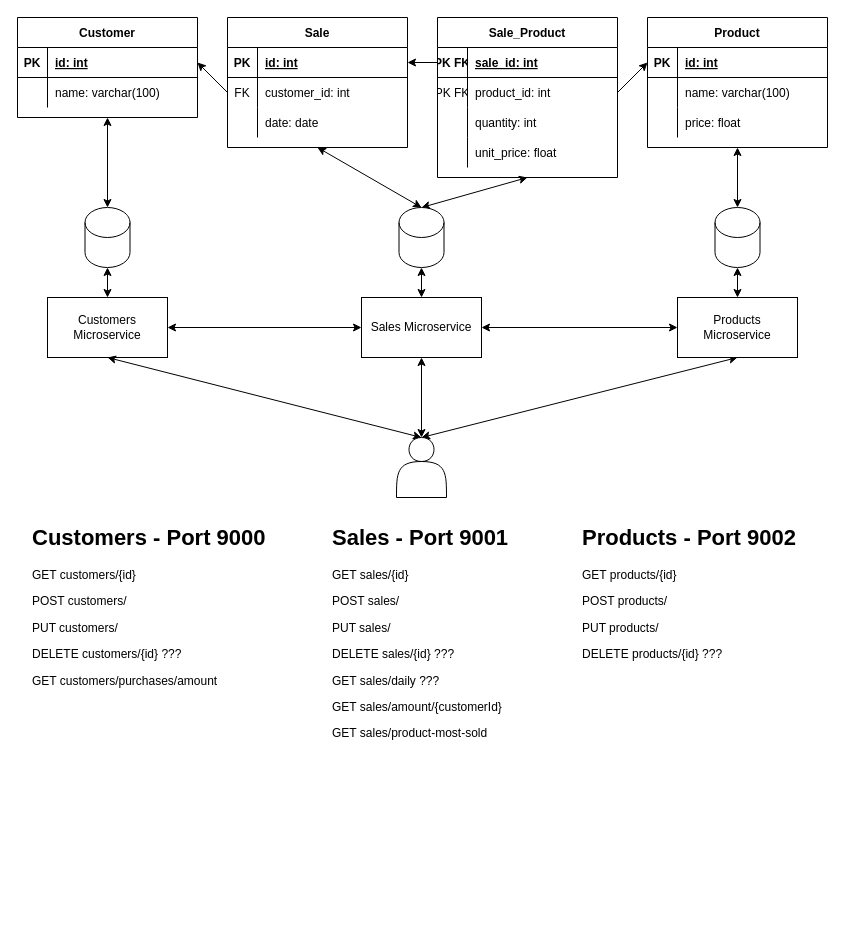
This is TP5/TP5.drawio from ezequielcinalli/tpe-arquitecturas-web, a draw.io file, before an edit. Source tidied: cells renumbered, new cells numbered last; positions are measured from the earlier drawing's top-left corner, leaving out a move shared by most shapes. Both pictures are drawn from the tidied source at 100%, with x=0, y=0 at pixel (17, 17).
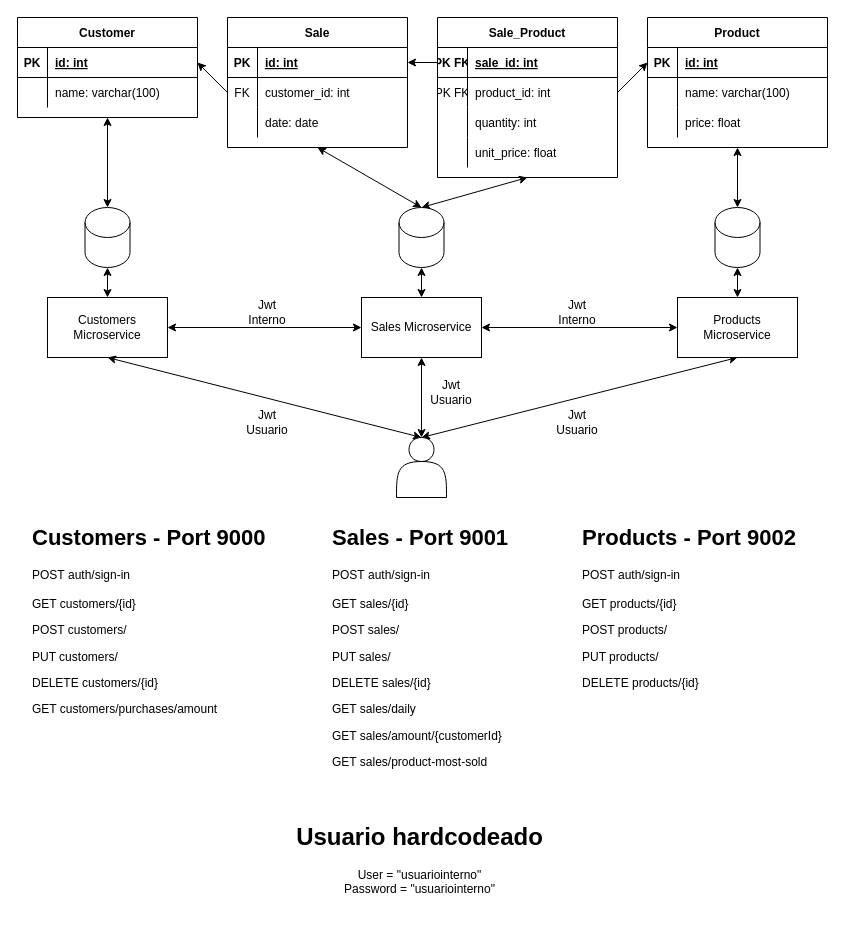
Above is the later version.

Commit message (it also covers changes not shown here):
Update TP5 Diagram, added jwt auth

What changed in the source:
```diff
@@
-    <mxCell id="54" value="&lt;h1&gt;&lt;font style=&quot;font-size: 22px;&quot;&gt;Customers - Port 9000&lt;/font&gt;&lt;/h1&gt;&lt;p&gt;GET customers/{id}&lt;br&gt;&lt;/p&gt;&lt;p&gt;POST customers/&lt;/p&gt;&lt;p&gt;PUT customers/&lt;/p&gt;&lt;p&gt;DELETE customers/{id} ???&lt;/p&gt;&lt;p&gt;GET customers/purchases/amount&lt;/p&gt;" style="text;html=1;strokeColor=none;fillColor=none;spacing=5;spacingTop=-20;whiteSpace=wrap;overflow=hidden;rounded=0;" parent="1" vertex="1">
-      <mxGeometry x="10" y="500" width="250" height="180" as="geometry" />
+    <mxCell id="54" value="&lt;h1&gt;&lt;font style=&quot;font-size: 22px;&quot;&gt;Customers - Port 9000&lt;/font&gt;&lt;/h1&gt;&lt;p&gt;&lt;span style=&quot;text-align: center;&quot;&gt;POST&amp;nbsp;auth/sign-in&lt;br&gt;&lt;/span&gt;&lt;br&gt;GET customers/{id}&lt;br&gt;&lt;/p&gt;&lt;p&gt;POST customers/&lt;/p&gt;&lt;p&gt;PUT customers/&lt;/p&gt;&lt;p&gt;DELETE customers/{id}&lt;/p&gt;&lt;p&gt;GET customers/purchases/amount&lt;/p&gt;" style="text;html=1;strokeColor=none;fillColor=none;spacing=5;spacingTop=-20;whiteSpace=wrap;overflow=hidden;rounded=0;" parent="1" vertex="1">
+      <mxGeometry x="10" y="500" width="250" height="210" as="geometry" />
     </mxCell>
-    <mxCell id="55" value="&lt;h1&gt;&lt;font style=&quot;font-size: 22px;&quot;&gt;Sales - Port 9001&lt;/font&gt;&lt;/h1&gt;&lt;p&gt;GET sales/{id}&lt;br&gt;&lt;/p&gt;&lt;p&gt;POST sales/&lt;/p&gt;&lt;p&gt;PUT sales/&lt;/p&gt;&lt;p&gt;DELETE sales/{id} ???&lt;/p&gt;&lt;p&gt;GET sales/daily ???&lt;/p&gt;&lt;p&gt;GET sales/amount/{customerId}&lt;/p&gt;&lt;p&gt;GET sales/product-most-sold&lt;br&gt;&lt;/p&gt;" style="text;html=1;strokeColor=none;fillColor=none;spacing=5;spacingTop=-20;whiteSpace=wrap;overflow=hidden;rounded=0;" parent="1" vertex="1">
-      <mxGeometry x="310" y="500" width="220" height="240" as="geometry" />
+    <mxCell id="55" value="&lt;h1&gt;&lt;font style=&quot;font-size: 22px;&quot;&gt;Sales - Port 9001&lt;/font&gt;&lt;/h1&gt;&lt;p&gt;&lt;span style=&quot;text-align: center;&quot;&gt;POST&amp;nbsp;auth/sign-in&lt;/span&gt;&lt;br&gt;&lt;br&gt;GET sales/{id}&lt;br&gt;&lt;/p&gt;&lt;p&gt;POST sales/&lt;/p&gt;&lt;p&gt;PUT sales/&lt;/p&gt;&lt;p&gt;DELETE sales/{id}&lt;/p&gt;&lt;p&gt;GET sales/daily&lt;/p&gt;&lt;p&gt;GET sales/amount/{customerId}&lt;/p&gt;&lt;p&gt;GET sales/product-most-sold&lt;br&gt;&lt;/p&gt;" style="text;html=1;strokeColor=none;fillColor=none;spacing=5;spacingTop=-20;whiteSpace=wrap;overflow=hidden;rounded=0;" parent="1" vertex="1">
+      <mxGeometry x="310" y="500" width="220" height="270" as="geometry" />
     </mxCell>
-    <mxCell id="56" value="&lt;h1&gt;&lt;font style=&quot;font-size: 22px;&quot;&gt;Products - Port 9002&lt;/font&gt;&lt;/h1&gt;&lt;p&gt;GET products/{id}&lt;br&gt;&lt;/p&gt;&lt;p&gt;POST products/&lt;/p&gt;&lt;p&gt;PUT products/&lt;/p&gt;&lt;p&gt;DELETE products/{id} ???&lt;/p&gt;" style="text;html=1;strokeColor=none;fillColor=none;spacing=5;spacingTop=-20;whiteSpace=wrap;overflow=hidden;rounded=0;" parent="1" vertex="1">
-      <mxGeometry x="560" y="500" width="230" height="160" as="geometry" />
+    <mxCell id="56" value="&lt;h1&gt;&lt;font style=&quot;font-size: 22px;&quot;&gt;Products - Port 9002&lt;/font&gt;&lt;/h1&gt;&lt;p&gt;&lt;span style=&quot;text-align: center;&quot;&gt;POST&amp;nbsp;auth/sign-in&lt;/span&gt;&lt;br&gt;&lt;br&gt;GET products/{id}&lt;br&gt;&lt;/p&gt;&lt;p&gt;POST products/&lt;/p&gt;&lt;p&gt;PUT products/&lt;/p&gt;&lt;p&gt;DELETE products/{id}&lt;/p&gt;" style="text;html=1;strokeColor=none;fillColor=none;spacing=5;spacingTop=-20;whiteSpace=wrap;overflow=hidden;rounded=0;" parent="1" vertex="1">
+      <mxGeometry x="560" y="500" width="230" height="190" as="geometry" />
     </mxCell>
@@
+    <mxCell id="67" value="Jwt Usuario" style="text;html=1;strokeColor=none;fillColor=none;align=center;verticalAlign=middle;whiteSpace=wrap;rounded=0;" parent="1" vertex="1">
+      <mxGeometry x="220" y="390" width="60" height="30" as="geometry" />
+    </mxCell>
+    <mxCell id="68" value="Jwt Interno" style="text;html=1;strokeColor=none;fillColor=none;align=center;verticalAlign=middle;whiteSpace=wrap;rounded=0;" parent="1" vertex="1">
+      <mxGeometry x="220" y="280" width="60" height="30" as="geometry" />
+    </mxCell>
+    <mxCell id="69" value="&lt;h1&gt;Usuario hardcodeado&lt;/h1&gt;&lt;p&gt;User = &quot;usuariointerno&quot;&lt;br&gt;Password = &quot;usuariointerno&quot;&lt;/p&gt;" style="text;html=1;strokeColor=none;fillColor=none;spacing=5;spacingTop=-20;whiteSpace=wrap;overflow=hidden;rounded=0;align=center;" parent="1" vertex="1">
+      <mxGeometry x="250" y="800" width="305" height="90" as="geometry" />
+    </mxCell>
+    <mxCell id="70" value="Jwt Usuario" style="text;html=1;strokeColor=none;fillColor=none;align=center;verticalAlign=middle;whiteSpace=wrap;rounded=0;" parent="1" vertex="1">
+      <mxGeometry x="404" y="360" width="60" height="30" as="geometry" />
+    </mxCell>
+    <mxCell id="71" value="Jwt Usuario" style="text;html=1;strokeColor=none;fillColor=none;align=center;verticalAlign=middle;whiteSpace=wrap;rounded=0;" parent="1" vertex="1">
+      <mxGeometry x="530" y="390" width="60" height="30" as="geometry" />
+    </mxCell>
+    <mxCell id="72" value="Jwt Interno" style="text;html=1;strokeColor=none;fillColor=none;align=center;verticalAlign=middle;whiteSpace=wrap;rounded=0;" parent="1" vertex="1">
+      <mxGeometry x="530" y="280" width="60" height="30" as="geometry" />
+    </mxCell>
```
